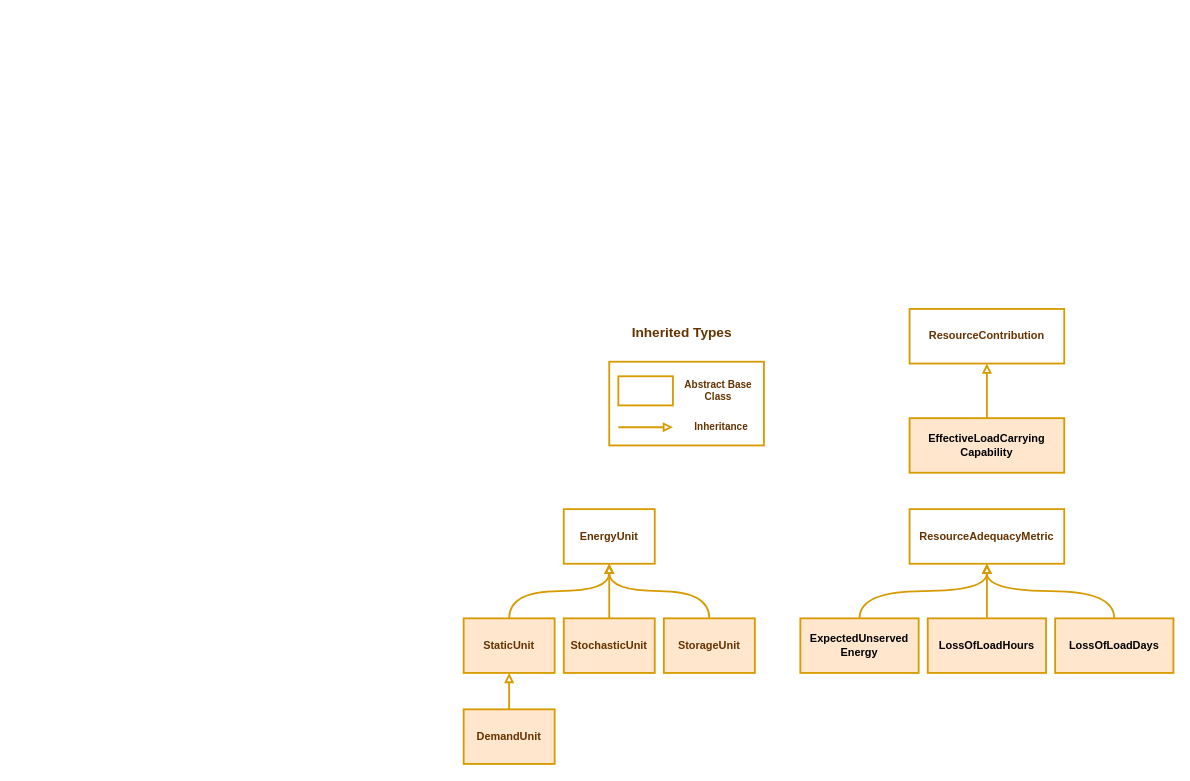
Before: docs/_static/assetra-inherited-types.drawio in ijbd/assetra, a draw.io diagram. Source tidied: cells renumbered, new cells numbered last; positions are measured from the earlier drawing's top-left corner, leaving out a move shared by most shapes. Both pictures are drawn from the tidied source at 91%, with x=0, y=0 at pixel (463, 308).
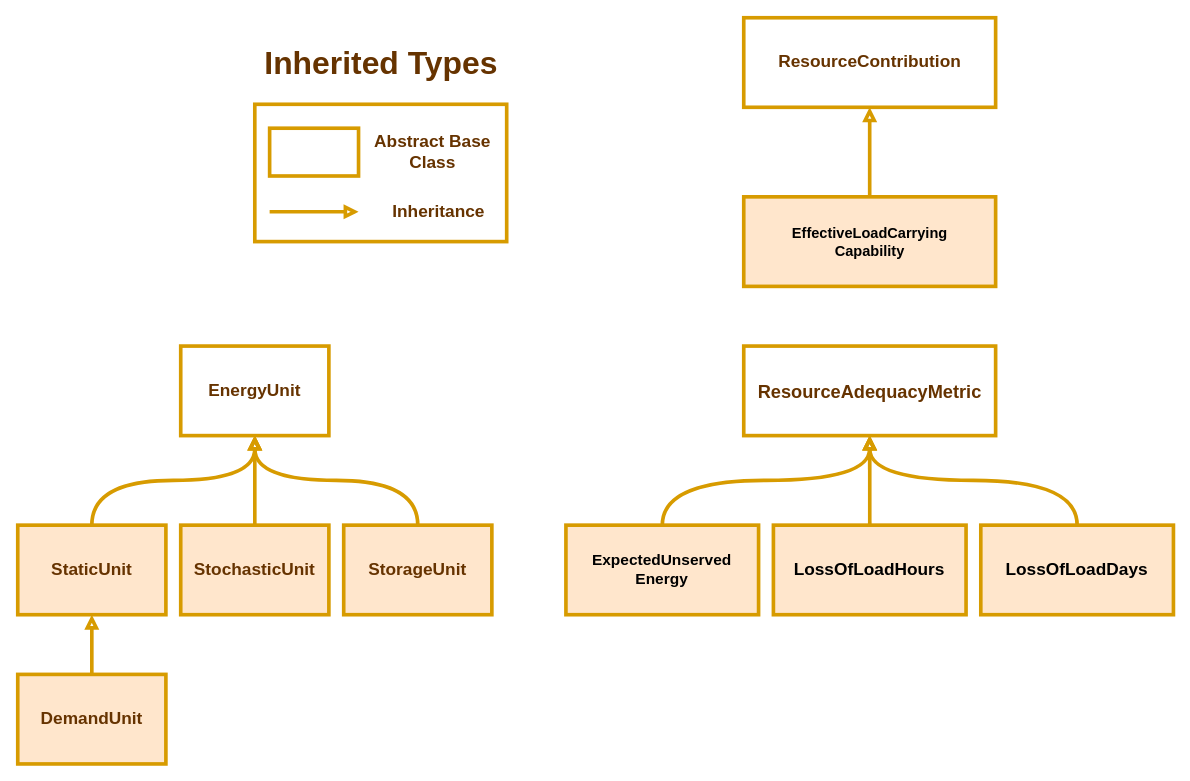
The same diagram, later.

Change to the diagram source:
```diff
@@
-    <mxCell id="2" style="rounded=0;whiteSpace=wrap;html=1;fontFamily=Helvetica;fontSize=11;fillColor=none;strokeColor=#d79b00;strokeWidth=2;fontColor=#663300;fontStyle=1;" parent="1" vertex="1">
-      <mxGeometry x="160" y="58" width="170" height="92" as="geometry" />
+    <mxCell id="2" style="rounded=0;whiteSpace=wrap;html=1;fontFamily=Helvetica;fontSize=16;fillColor=none;strokeColor=#d79b00;strokeWidth=4;fontColor=#663300;fontStyle=1;" parent="1" vertex="1">
+      <mxGeometry x="-229.5" y="-224.9" width="276.8" height="150.9" as="geometry" />
     </mxCell>
-    <mxCell id="3" value="EnergyUnit" style="rounded=0;whiteSpace=wrap;html=1;fillColor=none;strokeColor=#d79b00;strokeWidth=2;fontColor=#663300;fontStyle=1;" parent="1" vertex="1">
-      <mxGeometry x="110" y="220" width="100" height="60" as="geometry" />
+    <mxCell id="3" value="EnergyUnit" style="rounded=0;whiteSpace=wrap;html=1;fillColor=none;strokeColor=#d79b00;strokeWidth=4;fontColor=#663300;fontStyle=1;fontSize=19;" parent="1" vertex="1">
+      <mxGeometry x="-310.9" y="40.8" width="162.8" height="98.4" as="geometry" />
     </mxCell>
-    <mxCell id="4" style="edgeStyle=orthogonalEdgeStyle;shape=connector;curved=1;rounded=1;jettySize=auto;html=1;labelBackgroundColor=default;strokeColor=#d79b00;strokeWidth=2;fontFamily=Helvetica;fontSize=11;fontColor=#663300;endArrow=block;endFill=0;fillColor=#ffe6cc;exitX=0.5;exitY=0;exitDx=0;exitDy=0;entryX=0.5;entryY=1;entryDx=0;entryDy=0;fontStyle=1;" parent="1" edge="1" source="5" target="3">
+    <mxCell id="4" style="edgeStyle=orthogonalEdgeStyle;shape=connector;curved=1;rounded=1;jettySize=auto;html=1;labelBackgroundColor=default;strokeColor=#d79b00;strokeWidth=4;fontFamily=Helvetica;fontSize=16;fontColor=#663300;endArrow=block;endFill=0;fillColor=#ffe6cc;exitX=0.5;exitY=0;exitDx=0;exitDy=0;entryX=0.5;entryY=1;entryDx=0;entryDy=0;fontStyle=1;" parent="1" edge="1" source="5" target="3">
       <mxGeometry relative="1" as="geometry" />
     </mxCell>
-    <mxCell id="5" value="StorageUnit" style="rounded=0;whiteSpace=wrap;html=1;fillColor=#ffe6cc;strokeColor=#d79b00;strokeWidth=2;fontColor=#663300;fontStyle=1;" parent="1" vertex="1">
-      <mxGeometry x="220" y="340" width="100" height="60" as="geometry" />
+    <mxCell id="5" value="StorageUnit" style="rounded=0;whiteSpace=wrap;html=1;fillColor=#ffe6cc;strokeColor=#d79b00;strokeWidth=4;fontColor=#663300;fontStyle=1;fontSize=19;" parent="1" vertex="1">
+      <mxGeometry x="-131.8" y="237.6" width="162.8" height="98.4" as="geometry" />
     </mxCell>
-    <mxCell id="6" style="edgeStyle=orthogonalEdgeStyle;shape=connector;curved=1;rounded=1;jettySize=auto;html=1;entryX=0.5;entryY=1;entryDx=0;entryDy=0;labelBackgroundColor=default;strokeColor=#d79b00;strokeWidth=2;fontFamily=Helvetica;fontSize=11;fontColor=#663300;endArrow=block;endFill=0;fillColor=#ffe6cc;fontStyle=1;" parent="1" edge="1" source="7" target="3">
+    <mxCell id="6" style="edgeStyle=orthogonalEdgeStyle;shape=connector;curved=1;rounded=1;jettySize=auto;html=1;entryX=0.5;entryY=1;entryDx=0;entryDy=0;labelBackgroundColor=default;strokeColor=#d79b00;strokeWidth=4;fontFamily=Helvetica;fontSize=16;fontColor=#663300;endArrow=block;endFill=0;fillColor=#ffe6cc;fontStyle=1;" parent="1" edge="1" source="7" target="3">
       <mxGeometry relative="1" as="geometry" />
     </mxCell>
-    <mxCell id="7" value="StochasticUnit" style="rounded=0;whiteSpace=wrap;html=1;fillColor=#ffe6cc;strokeColor=#d79b00;strokeWidth=2;fontColor=#663300;fontStyle=1;" parent="1" vertex="1">
-      <mxGeometry x="110" y="340" width="100" height="60" as="geometry" />
+    <mxCell id="7" value="StochasticUnit" style="rounded=0;whiteSpace=wrap;html=1;fillColor=#ffe6cc;strokeColor=#d79b00;strokeWidth=4;fontColor=#663300;fontStyle=1;fontSize=19;" parent="1" vertex="1">
+      <mxGeometry x="-310.9" y="237.6" width="162.8" height="98.4" as="geometry" />
     </mxCell>
-    <mxCell id="8" style="edgeStyle=orthogonalEdgeStyle;shape=connector;curved=1;rounded=1;jettySize=auto;html=1;entryX=0.5;entryY=1;entryDx=0;entryDy=0;labelBackgroundColor=default;strokeColor=#d79b00;strokeWidth=2;fontFamily=Helvetica;fontSize=11;fontColor=#663300;endArrow=block;endFill=0;fillColor=#ffe6cc;exitX=0.5;exitY=0;exitDx=0;exitDy=0;fontStyle=1;" parent="1" edge="1" source="9" target="3">
+    <mxCell id="8" style="edgeStyle=orthogonalEdgeStyle;shape=connector;curved=1;rounded=1;jettySize=auto;html=1;entryX=0.5;entryY=1;entryDx=0;entryDy=0;labelBackgroundColor=default;strokeColor=#d79b00;strokeWidth=4;fontFamily=Helvetica;fontSize=16;fontColor=#663300;endArrow=block;endFill=0;fillColor=#ffe6cc;exitX=0.5;exitY=0;exitDx=0;exitDy=0;fontStyle=1;" parent="1" edge="1" source="9" target="3">
       <mxGeometry relative="1" as="geometry" />
     </mxCell>
-    <mxCell id="9" value="StaticUnit" style="rounded=0;whiteSpace=wrap;html=1;fillColor=#ffe6cc;strokeColor=#d79b00;strokeWidth=2;fontColor=#663300;fontStyle=1;" parent="1" vertex="1">
-      <mxGeometry y="340" width="100" height="60" as="geometry" />
+    <mxCell id="9" value="StaticUnit" style="rounded=0;whiteSpace=wrap;html=1;fillColor=#ffe6cc;strokeColor=#d79b00;strokeWidth=4;fontColor=#663300;fontStyle=1;fontSize=19;" parent="1" vertex="1">
+      <mxGeometry x="-490" y="237.6" width="162.8" height="98.4" as="geometry" />
     </mxCell>
-    <mxCell id="10" style="edgeStyle=orthogonalEdgeStyle;shape=connector;curved=1;rounded=1;jettySize=auto;html=1;labelBackgroundColor=default;strokeColor=#d79b00;strokeWidth=2;fontFamily=Helvetica;fontSize=11;fontColor=#663300;endArrow=block;endFill=0;fillColor=#ffe6cc;fontStyle=1;" parent="1" edge="1" source="11" target="9">
+    <mxCell id="10" style="edgeStyle=orthogonalEdgeStyle;shape=connector;curved=1;rounded=1;jettySize=auto;html=1;labelBackgroundColor=default;strokeColor=#d79b00;strokeWidth=4;fontFamily=Helvetica;fontSize=16;fontColor=#663300;endArrow=block;endFill=0;fillColor=#ffe6cc;fontStyle=1;" parent="1" edge="1" source="11" target="9">
       <mxGeometry relative="1" as="geometry" />
     </mxCell>
-    <mxCell id="11" value="DemandUnit" style="rounded=0;whiteSpace=wrap;html=1;fillColor=#ffe6cc;strokeColor=#d79b00;strokeWidth=2;fontColor=#663300;fontStyle=1;" parent="1" vertex="1">
-      <mxGeometry y="440" width="100" height="60" as="geometry" />
+    <mxCell id="11" value="DemandUnit" style="rounded=0;whiteSpace=wrap;html=1;fillColor=#ffe6cc;strokeColor=#d79b00;strokeWidth=4;fontColor=#663300;fontStyle=1;fontSize=19;" parent="1" vertex="1">
+      <mxGeometry x="-490" y="401.6" width="162.8" height="98.4" as="geometry" />
     </mxCell>
-    <mxCell id="12" style="edgeStyle=orthogonalEdgeStyle;rounded=0;orthogonalLoop=1;jettySize=auto;html=1;entryX=0;entryY=0.5;entryDx=0;entryDy=0;fillColor=#ffe6cc;strokeColor=#d79b00;fontColor=#663300;strokeWidth=2;endArrow=block;endFill=0;fontStyle=1;" parent="1" edge="1">
+    <mxCell id="12" style="edgeStyle=orthogonalEdgeStyle;rounded=0;orthogonalLoop=1;jettySize=auto;html=1;entryX=0;entryY=0.5;entryDx=0;entryDy=0;fillColor=#ffe6cc;strokeColor=#d79b00;fontColor=#663300;strokeWidth=4;endArrow=block;endFill=0;fontStyle=1;fontSize=16;" parent="1" edge="1">
       <mxGeometry relative="1" as="geometry">
-        <mxPoint x="170" y="130" as="sourcePoint" />
-        <mxPoint x="230" y="130" as="targetPoint" />
+        <mxPoint x="-213.2" y="-106.8" as="sourcePoint" />
+        <mxPoint x="-115.5" y="-106.8" as="targetPoint" />
       </mxGeometry>
     </mxCell>
-    <mxCell id="13" value="Abstract Base Class" style="text;html=1;strokeColor=none;fillColor=none;align=center;verticalAlign=middle;whiteSpace=wrap;rounded=0;fontSize=11;fontFamily=Helvetica;fontStyle=1;fontColor=#663300;" parent="1" vertex="1">
-      <mxGeometry x="240" y="80" width="80" height="20" as="geometry" />
+    <mxCell id="13" value="Abstract Base Class" style="text;html=1;strokeColor=none;fillColor=none;align=center;verticalAlign=middle;whiteSpace=wrap;rounded=0;fontSize=19;fontFamily=Helvetica;fontStyle=1;fontColor=#663300;strokeWidth=4;" parent="1" vertex="1">
+      <mxGeometry x="-99.2" y="-188.8" width="130.3" height="32.8" as="geometry" />
     </mxCell>
-    <mxCell id="14" value="Inheritance" style="text;html=1;strokeColor=none;fillColor=none;align=left;verticalAlign=middle;whiteSpace=wrap;rounded=0;fontSize=11;fontFamily=Helvetica;fontStyle=1;fontColor=#663300;" parent="1" vertex="1">
-      <mxGeometry x="252" y="120" width="60" height="20" as="geometry" />
+    <mxCell id="14" value="Inheritance" style="text;html=1;strokeColor=none;fillColor=none;align=left;verticalAlign=middle;whiteSpace=wrap;rounded=0;fontSize=19;fontFamily=Helvetica;fontStyle=1;fontColor=#663300;strokeWidth=4;" parent="1" vertex="1">
+      <mxGeometry x="-79.7" y="-123.2" width="97.7" height="32.8" as="geometry" />
     </mxCell>
-    <mxCell id="15" value="&lt;span style=&quot;font-size: 15px;&quot;&gt;Inherited Types&lt;br&gt;&lt;/span&gt;" style="text;html=1;strokeColor=none;fillColor=none;align=center;verticalAlign=middle;whiteSpace=wrap;rounded=0;fontSize=15;fontFamily=Helvetica;fontColor=#663300;fontStyle=1;" parent="1" vertex="1">
-      <mxGeometry x="180" y="10" width="120" height="30" as="geometry" />
+    <mxCell id="15" value="&lt;span style=&quot;font-size: 35px;&quot;&gt;Inherited Types&lt;br style=&quot;font-size: 35px;&quot;&gt;&lt;/span&gt;" style="text;html=1;strokeColor=none;fillColor=none;align=center;verticalAlign=middle;whiteSpace=wrap;rounded=0;fontSize=35;fontFamily=Helvetica;fontColor=#663300;fontStyle=1;strokeWidth=4;" parent="1" vertex="1">
+      <mxGeometry x="-229.5" y="-295.4" width="276.9" height="49.2" as="geometry" />
     </mxCell>
-    <mxCell id="16" style="rounded=0;whiteSpace=wrap;html=1;fontFamily=Helvetica;fontSize=11;fillColor=none;strokeColor=#d79b00;strokeWidth=2;fontColor=#663300;fontStyle=1;" parent="1" vertex="1">
-      <mxGeometry x="170" y="74" width="60" height="32" as="geometry" />
+    <mxCell id="16" style="rounded=0;whiteSpace=wrap;html=1;fontFamily=Helvetica;fontSize=16;fillColor=none;strokeColor=#d79b00;strokeWidth=4;fontColor=#663300;fontStyle=1;" parent="1" vertex="1">
+      <mxGeometry x="-213.2" y="-198.6" width="97.7" height="52.5" as="geometry" />
     </mxCell>
-    <mxCell id="17" value="ResourceAdequacyMetric" style="rounded=0;whiteSpace=wrap;html=1;fillColor=none;strokeColor=#d79b00;strokeWidth=2;fontColor=#663300;fontStyle=1;" parent="1" vertex="1">
-      <mxGeometry x="490" y="220" width="170" height="60" as="geometry" />
+    <mxCell id="17" value="ResourceAdequacyMetric" style="rounded=0;whiteSpace=wrap;html=1;fillColor=none;strokeColor=#d79b00;strokeWidth=4;fontColor=#663300;fontStyle=1;fontSize=20;" parent="1" vertex="1">
+      <mxGeometry x="307.8" y="40.8" width="276.8" height="98.4" as="geometry" />
     </mxCell>
-    <mxCell id="18" style="edgeStyle=orthogonalEdgeStyle;shape=connector;curved=1;rounded=1;jettySize=auto;html=1;entryX=0.5;entryY=1;entryDx=0;entryDy=0;labelBackgroundColor=default;strokeColor=#d79b00;strokeWidth=2;fontFamily=Helvetica;fontSize=11;fontColor=#006600;endArrow=block;endFill=0;fillColor=#ffe6cc;" parent="1" edge="1" source="19" target="17">
+    <mxCell id="18" style="edgeStyle=orthogonalEdgeStyle;shape=connector;curved=1;rounded=1;jettySize=auto;html=1;entryX=0.5;entryY=1;entryDx=0;entryDy=0;labelBackgroundColor=default;strokeColor=#d79b00;strokeWidth=4;fontFamily=Helvetica;fontSize=16;fontColor=#006600;endArrow=block;endFill=0;fillColor=#ffe6cc;" parent="1" edge="1" source="19" target="17">
       <mxGeometry relative="1" as="geometry" />
     </mxCell>
-    <mxCell id="19" value="&lt;div&gt;ExpectedUnserved&lt;/div&gt;&lt;div&gt;Energy&lt;/div&gt;" style="rounded=0;whiteSpace=wrap;html=1;fillColor=#ffe6cc;strokeColor=#d79b00;strokeWidth=2;fontStyle=1;" parent="1" vertex="1">
-      <mxGeometry x="370" y="340" width="130" height="60" as="geometry" />
+    <mxCell id="19" value="&lt;div style=&quot;font-size: 17px;&quot;&gt;ExpectedUnserved&lt;/div&gt;&lt;div style=&quot;font-size: 17px;&quot;&gt;Energy&lt;/div&gt;" style="rounded=0;whiteSpace=wrap;html=1;fillColor=#ffe6cc;strokeColor=#d79b00;strokeWidth=4;fontStyle=1;fontSize=17;" parent="1" vertex="1">
+      <mxGeometry x="112.4" y="237.6" width="211.7" height="98.4" as="geometry" />
     </mxCell>
-    <mxCell id="20" style="edgeStyle=orthogonalEdgeStyle;shape=connector;curved=1;rounded=1;jettySize=auto;html=1;labelBackgroundColor=default;strokeColor=#d79b00;strokeWidth=2;fontFamily=Helvetica;fontSize=11;fontColor=#006600;endArrow=block;endFill=0;fillColor=#ffe6cc;" parent="1" edge="1" source="21">
+    <mxCell id="20" style="edgeStyle=orthogonalEdgeStyle;shape=connector;curved=1;rounded=1;jettySize=auto;html=1;labelBackgroundColor=default;strokeColor=#d79b00;strokeWidth=4;fontFamily=Helvetica;fontSize=16;fontColor=#006600;endArrow=block;endFill=0;fillColor=#ffe6cc;" parent="1" edge="1" source="21">
       <mxGeometry relative="1" as="geometry">
-        <mxPoint x="575" y="280" as="targetPoint" />
+        <mxPoint x="446.2" y="139.2" as="targetPoint" />
       </mxGeometry>
     </mxCell>
-    <mxCell id="21" value="LossOfLoadHours" style="rounded=0;whiteSpace=wrap;html=1;fillColor=#ffe6cc;strokeColor=#d79b00;strokeWidth=2;fontStyle=1;" parent="1" vertex="1">
-      <mxGeometry x="510" y="340" width="130" height="60" as="geometry" />
+    <mxCell id="21" value="LossOfLoadHours" style="rounded=0;whiteSpace=wrap;html=1;fillColor=#ffe6cc;strokeColor=#d79b00;strokeWidth=4;fontStyle=1;fontSize=19;" parent="1" vertex="1">
+      <mxGeometry x="340.4" y="237.6" width="211.7" height="98.4" as="geometry" />
     </mxCell>
-    <mxCell id="22" style="edgeStyle=orthogonalEdgeStyle;shape=connector;curved=1;rounded=1;jettySize=auto;html=1;entryX=0.5;entryY=1;entryDx=0;entryDy=0;labelBackgroundColor=default;strokeColor=#d79b00;strokeWidth=2;fontFamily=Helvetica;fontSize=11;fontColor=#006600;endArrow=block;endFill=0;fillColor=#ffe6cc;" parent="1" edge="1" source="23" target="17">
+    <mxCell id="22" style="edgeStyle=orthogonalEdgeStyle;shape=connector;curved=1;rounded=1;jettySize=auto;html=1;entryX=0.5;entryY=1;entryDx=0;entryDy=0;labelBackgroundColor=default;strokeColor=#d79b00;strokeWidth=4;fontFamily=Helvetica;fontSize=16;fontColor=#006600;endArrow=block;endFill=0;fillColor=#ffe6cc;" parent="1" edge="1" source="23" target="17">
       <mxGeometry relative="1" as="geometry" />
     </mxCell>
-    <mxCell id="23" value="LossOfLoadDays" style="rounded=0;whiteSpace=wrap;html=1;fillColor=#ffe6cc;strokeColor=#d79b00;strokeWidth=2;fontStyle=1;" parent="1" vertex="1">
-      <mxGeometry x="650" y="340" width="130" height="60" as="geometry" />
+    <mxCell id="23" value="LossOfLoadDays" style="rounded=0;whiteSpace=wrap;html=1;fillColor=#ffe6cc;strokeColor=#d79b00;strokeWidth=4;fontStyle=1;fontSize=19;" parent="1" vertex="1">
+      <mxGeometry x="568.3" y="237.6" width="211.7" height="98.4" as="geometry" />
     </mxCell>
-    <mxCell id="24" value="ResourceContribution" style="rounded=0;whiteSpace=wrap;html=1;fillColor=none;strokeColor=#D79B00;strokeWidth=2;fontColor=#663300;fontStyle=1;" parent="1" vertex="1">
-      <mxGeometry x="490" width="170" height="60" as="geometry" />
+    <mxCell id="24" value="ResourceContribution" style="rounded=0;whiteSpace=wrap;html=1;fillColor=none;strokeColor=#D79B00;strokeWidth=4;fontColor=#663300;fontStyle=1;fontSize=19;" parent="1" vertex="1">
+      <mxGeometry x="307.8" y="-320" width="276.8" height="98.4" as="geometry" />
     </mxCell>
-    <mxCell id="25" style="edgeStyle=orthogonalEdgeStyle;shape=connector;curved=1;rounded=1;jettySize=auto;html=1;labelBackgroundColor=default;strokeColor=#d79b00;strokeWidth=2;fontFamily=Helvetica;fontSize=11;fontColor=#006600;endArrow=block;endFill=0;fillColor=#ffe6cc;" parent="1" edge="1" source="26" target="24">
+    <mxCell id="25" style="edgeStyle=orthogonalEdgeStyle;shape=connector;curved=1;rounded=1;jettySize=auto;html=1;labelBackgroundColor=default;strokeColor=#d79b00;strokeWidth=4;fontFamily=Helvetica;fontSize=16;fontColor=#006600;endArrow=block;endFill=0;fillColor=#ffe6cc;" parent="1" edge="1" source="26" target="24">
       <mxGeometry relative="1" as="geometry" />
     </mxCell>
-    <mxCell id="26" value="&lt;div&gt;EffectiveLoadCarrying&lt;/div&gt;&lt;div&gt;Capability&lt;/div&gt;" style="rounded=0;whiteSpace=wrap;html=1;fillColor=#ffe6cc;strokeColor=#d79b00;strokeWidth=2;fontStyle=1;" parent="1" vertex="1">
-      <mxGeometry x="490" y="120" width="170" height="60" as="geometry" />
+    <mxCell id="26" value="&lt;div style=&quot;font-size: 16px;&quot;&gt;EffectiveLoadCarrying&lt;/div&gt;&lt;div style=&quot;font-size: 16px;&quot;&gt;Capability&lt;/div&gt;" style="rounded=0;whiteSpace=wrap;html=1;fillColor=#ffe6cc;strokeColor=#d79b00;strokeWidth=4;fontStyle=1;fontSize=16;" parent="1" vertex="1">
+      <mxGeometry x="307.8" y="-123.2" width="276.8" height="98.4" as="geometry" />
     </mxCell>
```
